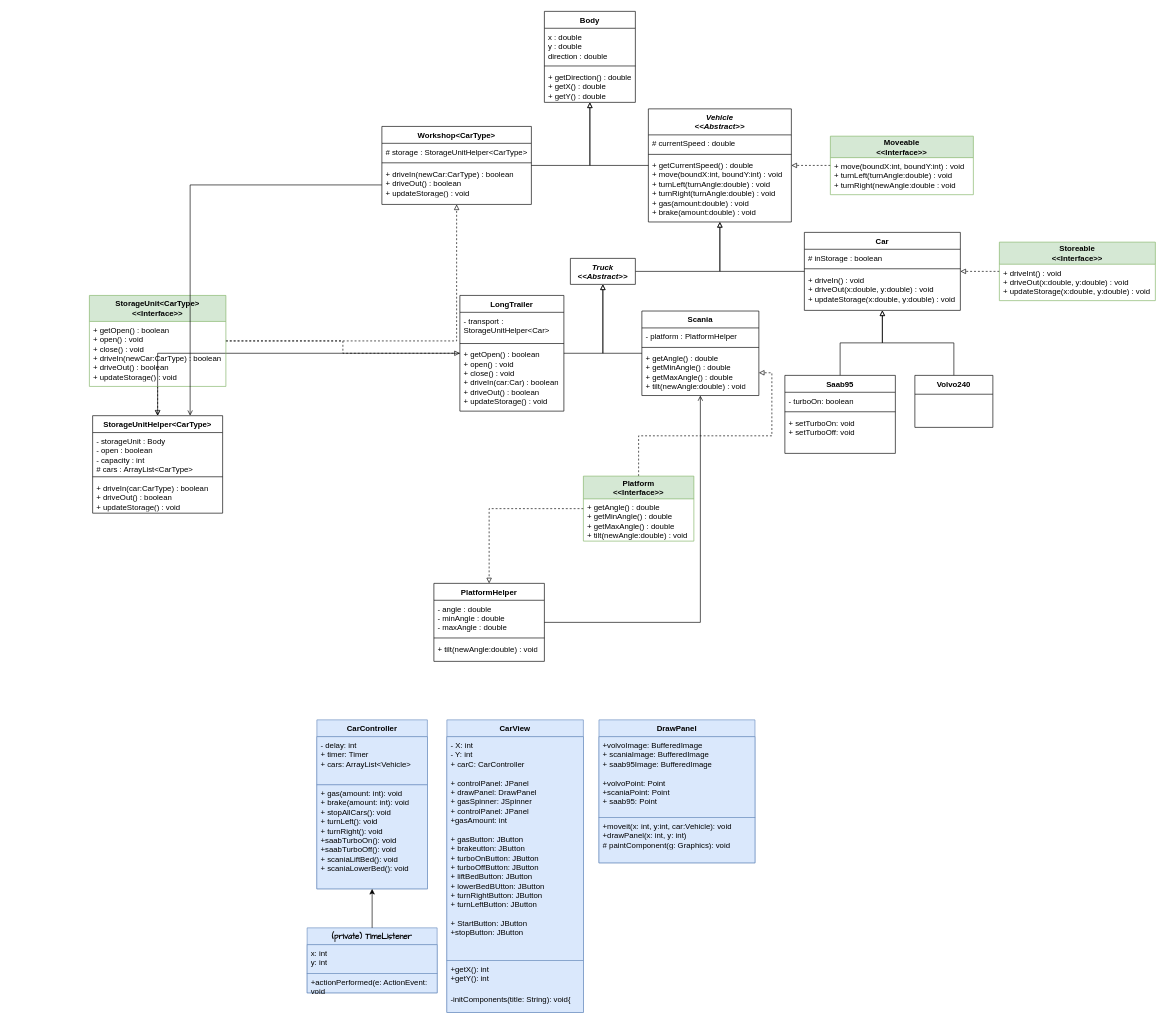
ErikFogelstrand/lab1-riktig keeps this draw.io diagram as Labb3pre.drawio. Above is the earlier version. Source tidied: cells renumbered, new cells numbered last; positions are measured from the earlier drawing's top-left corner, leaving out a move shared by most shapes. Both pictures are drawn from the tidied source at 65%, with x=0, y=0 at pixel (89, 11).
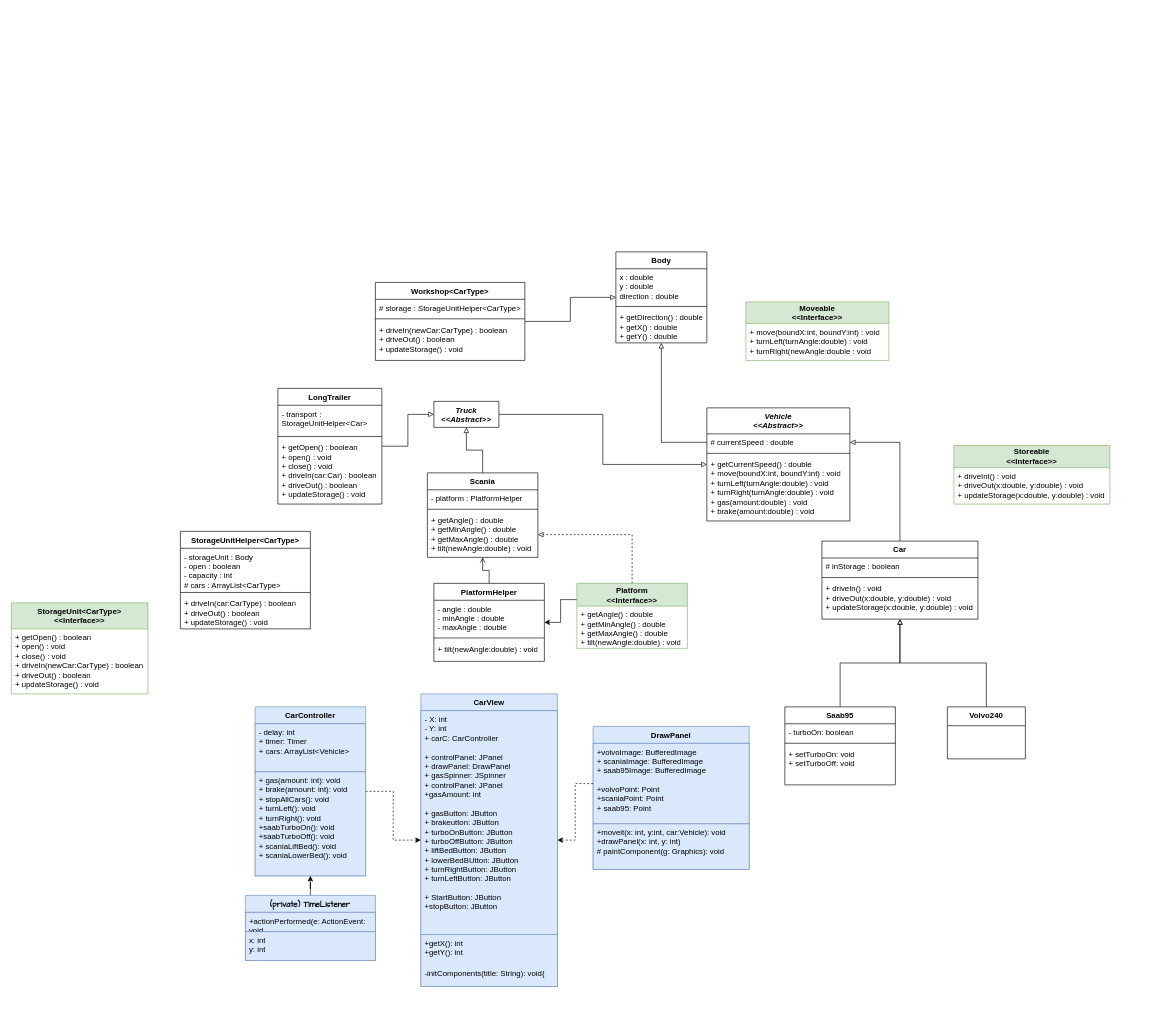
The same page after the edit.

Unchanged cells that the change refers to:
```xml
<mxCell id="14" value="&lt;div&gt;+volvoImage: BufferedImage&lt;/div&gt;&lt;div&gt;+ scaniaImage: BufferedImage&lt;br&gt;&lt;/div&gt;&lt;div&gt;+ saab95Image: BufferedImage&lt;/div&gt;&lt;div&gt;&lt;br&gt;&lt;/div&gt;&lt;div&gt;+volvoPoint: Point&lt;/div&gt;&lt;div&gt;+scaniaPoint: Point&lt;/div&gt;&lt;div&gt;+ saab95: Point&lt;/div&gt;" style="text;strokeColor=#6c8ebf;fillColor=#dae8fc;align=left;verticalAlign=top;spacingLeft=4;spacingRight=4;overflow=hidden;points=[[0,0.5],[1,0.5]];portConstraint=eastwest;whiteSpace=wrap;html=1;" parent="13" vertex="1">
  <mxGeometry y="26" width="240" height="124" as="geometry" />
</mxCell>
<mxCell id="19" value="PlatformHelper" style="swimlane;fontStyle=1;align=center;verticalAlign=top;horizontal=1;startSize=26;whiteSpace=wrap;html=1;" parent="1" vertex="1">
  <mxGeometry x="530" y="880" width="170" height="120" as="geometry" />
</mxCell>
<mxCell id="32" value="# currentSpeed : double" style="text;strokeColor=none;fillColor=none;align=left;verticalAlign=top;spacingLeft=4;spacingRight=4;overflow=hidden;points=[[0,0.5],[1,0.5]];portConstraint=eastwest;whiteSpace=wrap;html=1;" parent="31" vertex="1">
  <mxGeometry y="40" width="220" height="26" as="geometry" />
</mxCell>
<mxCell id="43" value="+ driveIn(newCar:CarType) : boolean&lt;br&gt;+ driveOut() : boolean&lt;br&gt;+ updateStorage() : void" style="text;strokeColor=none;fillColor=none;align=left;verticalAlign=top;spacingLeft=4;spacingRight=4;overflow=hidden;points=[[0,0.5],[1,0.5]];portConstraint=eastwest;whiteSpace=wrap;html=1;" parent="40" vertex="1">
  <mxGeometry y="60" width="230" height="60" as="geometry" />
</mxCell>
```

The edit, as a diff of the source:
```diff
@@
-    <mxCell id="2" style="edgeStyle=orthogonalEdgeStyle;rounded=0;jettySize=auto;html=1;endArrow=block;endFill=0;" parent="1" edge="1" source="3" target="31">
-      <mxGeometry relative="1" as="geometry" />
-    </mxCell>
+    <mxCell id="70" value="&lt;div&gt;Body&lt;/div&gt;" style="swimlane;fontStyle=1;align=center;verticalAlign=top;horizontal=1;startSize=26;whiteSpace=wrap;html=1;" parent="1" vertex="1">
+      <mxGeometry x="810" y="370" width="140" height="140" as="geometry" />
+    </mxCell>
+    <mxCell id="71" value="x : double&lt;br&gt;y : double&lt;br&gt;direction : double" style="text;strokeColor=none;fillColor=none;align=left;verticalAlign=top;spacingLeft=4;spacingRight=4;overflow=hidden;whiteSpace=wrap;html=1;" parent="70" vertex="1">
+      <mxGeometry y="26" width="140" height="54" as="geometry" />
+    </mxCell>
+    <mxCell id="72" style="line;strokeWidth=1;fillColor=none;align=left;verticalAlign=middle;spacingTop=-1;spacingLeft=3;spacingRight=3;labelPosition=right;strokeColor=inherit;" parent="70" vertex="1">
+      <mxGeometry y="80" width="140" height="8" as="geometry" />
+    </mxCell>
+    <mxCell id="73" value="+ getDirection() : double&lt;br&gt;+ getX() : double&lt;br&gt;+ getY() : double" style="text;strokeColor=none;fillColor=none;align=left;verticalAlign=top;spacingLeft=4;spacingRight=4;overflow=hidden;whiteSpace=wrap;html=1;" parent="70" vertex="1">
+      <mxGeometry y="88" width="140" height="52" as="geometry" />
+    </mxCell>
+    <mxCell id="79" style="edgeStyle=orthogonalEdgeStyle;rounded=0;jettySize=auto;html=1;endArrow=block;endFill=0;" parent="1" edge="1" source="3" target="32">
+      <mxGeometry relative="1" as="geometry" />
+    </mxCell>
     <mxCell id="3" value="Car" style="swimlane;fontStyle=1;align=center;verticalAlign=top;horizontal=1;startSize=26;whiteSpace=wrap;html=1;" parent="1" vertex="1">
-      <mxGeometry x="1100" y="340" width="240" height="120" as="geometry" />
+      <mxGeometry x="1127" y="815" width="240" height="120" as="geometry" />
     </mxCell>
@@
+    <mxCell id="80" style="edgeStyle=orthogonalEdgeStyle;rounded=0;jettySize=auto;html=1;dashed=1;" parent="1" edge="1" source="7" target="10">
+      <mxGeometry relative="1" as="geometry" />
+    </mxCell>
     <mxCell id="7" value="CarController" style="swimlane;fontStyle=1;align=center;verticalAlign=top;horizontal=1;startSize=26;whiteSpace=wrap;html=1;fillColor=#dae8fc;strokeColor=#6c8ebf;" parent="1" vertex="1">
-      <mxGeometry x="350" y="1090" width="170" height="260" as="geometry" />
+      <mxGeometry x="255" y="1070" width="170" height="260" as="geometry" />
     </mxCell>
@@
     <mxCell id="10" value="CarView" style="swimlane;fontStyle=1;align=center;verticalAlign=top;horizontal=1;startSize=26;whiteSpace=wrap;html=1;fillColor=#dae8fc;strokeColor=#6c8ebf;" parent="1" vertex="1">
-      <mxGeometry x="550" y="1090" width="210" height="450" as="geometry" />
+      <mxGeometry x="510" y="1050" width="210" height="450" as="geometry" />
     </mxCell>
@@
     <mxCell id="13" value="DrawPanel" style="swimlane;fontStyle=1;align=center;verticalAlign=top;horizontal=1;startSize=26;whiteSpace=wrap;html=1;fillColor=#dae8fc;strokeColor=#6c8ebf;" parent="1" vertex="1">
-      <mxGeometry x="784" y="1090" width="240" height="220" as="geometry" />
+      <mxGeometry x="775" y="1100" width="240" height="220" as="geometry" />
     </mxCell>
@@
     <mxCell id="17" value="&lt;div&gt;&lt;i&gt;Truck&lt;/i&gt;&lt;/div&gt;&lt;div&gt;&lt;i&gt;&amp;lt;&amp;lt;Abstract&amp;gt;&amp;gt;&lt;/i&gt;&lt;/div&gt;" style="swimlane;fontStyle=1;align=center;verticalAlign=top;horizontal=1;startSize=66;whiteSpace=wrap;html=1;" parent="1" vertex="1">
-      <mxGeometry x="740" y="380" width="100" height="40" as="geometry" />
+      <mxGeometry x="530" y="600" width="100" height="40" as="geometry" />
     </mxCell>
-    <mxCell id="18" style="edgeStyle=orthogonalEdgeStyle;rounded=0;jettySize=auto;html=1;endArrow=open;endFill=0;" parent="1" edge="1" source="19" target="75">
+    <mxCell id="18" style="edgeStyle=orthogonalEdgeStyle;rounded=0;jettySize=auto;html=1;exitX=0.5;exitY=0;exitDx=0;exitDy=0;endArrow=open;endFill=0;" parent="1" edge="1" source="19" target="75">
       <mxGeometry relative="1" as="geometry" />
     </mxCell>
@@
     <mxCell id="24" value="&lt;div&gt;Saab95&lt;/div&gt;" style="swimlane;fontStyle=1;align=center;verticalAlign=top;horizontal=1;startSize=26;whiteSpace=wrap;html=1;" parent="1" vertex="1">
-      <mxGeometry x="1070" y="560" width="170" height="120" as="geometry" />
+      <mxGeometry x="1070" y="1070" width="170" height="120" as="geometry" />
     </mxCell>
@@
     <mxCell id="29" value="&lt;div&gt;Volvo240&lt;/div&gt;" style="swimlane;fontStyle=1;align=center;verticalAlign=top;horizontal=1;startSize=29;whiteSpace=wrap;html=1;" parent="1" vertex="1">
-      <mxGeometry x="1270" y="560" width="120" height="80" as="geometry" />
+      <mxGeometry x="1320" y="1070" width="120" height="80" as="geometry" />
     </mxCell>
-    <mxCell id="30" style="edgeStyle=orthogonalEdgeStyle;rounded=0;jettySize=auto;html=1;endArrow=block;endFill=0;" parent="1" edge="1" source="31" target="70">
-      <mxGeometry relative="1" as="geometry" />
-    </mxCell>
+    <mxCell id="74" style="edgeStyle=orthogonalEdgeStyle;rounded=0;jettySize=auto;html=1;endArrow=block;endFill=0;" parent="1" edge="1" source="75" target="17">
+      <mxGeometry relative="1" as="geometry" />
+    </mxCell>
+    <mxCell id="75" value="Scania" style="swimlane;fontStyle=1;align=center;verticalAlign=top;horizontal=1;startSize=26;whiteSpace=wrap;html=1;" parent="1" vertex="1">
+      <mxGeometry x="520" y="710" width="170" height="130" as="geometry" />
+    </mxCell>
+    <mxCell id="76" value="- platform : PlatformHelper" style="text;strokeColor=none;fillColor=none;align=left;verticalAlign=top;spacingLeft=4;spacingRight=4;overflow=hidden;whiteSpace=wrap;html=1;" parent="75" vertex="1">
+      <mxGeometry y="26" width="170" height="26" as="geometry" />
+    </mxCell>
+    <mxCell id="77" style="line;strokeWidth=1;fillColor=none;align=left;verticalAlign=middle;spacingTop=-1;spacingLeft=3;spacingRight=3;labelPosition=right;strokeColor=inherit;" parent="75" vertex="1">
+      <mxGeometry y="52" width="170" height="8" as="geometry" />
+    </mxCell>
+    <mxCell id="78" value="+ getAngle() : double&lt;br&gt;+ getMinAngle() : double&lt;br&gt;+ getMaxAngle() : double&lt;br&gt;+ tilt(newAngle:double) : void" style="text;strokeColor=none;fillColor=none;align=left;verticalAlign=top;spacingLeft=4;spacingRight=4;overflow=hidden;points=[[0,0.5],[1,0.5]];portConstraint=eastwest;whiteSpace=wrap;html=1;" parent="75" vertex="1">
+      <mxGeometry y="60" width="170" height="70" as="geometry" />
+    </mxCell>
+    <mxCell id="81" style="edgeStyle=orthogonalEdgeStyle;rounded=0;jettySize=auto;html=1;endArrow=block;endFill=0;exitX=0;exitY=0.5;exitDx=0;exitDy=0;" parent="1" edge="1" source="32" target="70">
+      <mxGeometry relative="1" as="geometry" />
+    </mxCell>
     <mxCell id="31" value="&lt;i&gt;Vehicle&lt;br&gt;&amp;lt;&amp;lt;Abstract&amp;gt;&amp;gt;&lt;/i&gt;" style="swimlane;fontStyle=1;align=center;verticalAlign=top;horizontal=1;startSize=40;whiteSpace=wrap;html=1;" parent="1" vertex="1">
-      <mxGeometry x="860" y="150" width="220" height="174" as="geometry" />
+      <mxGeometry x="950" y="610" width="220" height="174" as="geometry" />
     </mxCell>
@@
     <mxCell id="35" value="StorageUnitHelper&amp;lt;CarType&amp;gt;" style="swimlane;fontStyle=1;align=center;verticalAlign=top;horizontal=1;startSize=26;whiteSpace=wrap;html=1;" parent="1" vertex="1">
-      <mxGeometry x="5" y="622" width="200" height="150" as="geometry" />
+      <mxGeometry x="140" y="800" width="200" height="150" as="geometry" />
     </mxCell>
@@
     <mxCell id="40" value="&lt;div&gt;Workshop&amp;lt;CarType&amp;gt;&lt;/div&gt;" style="swimlane;fontStyle=1;align=center;verticalAlign=top;horizontal=1;startSize=26;whiteSpace=wrap;html=1;" parent="1" vertex="1">
-      <mxGeometry x="450" y="177" width="230" height="120" as="geometry" />
+      <mxGeometry x="440" y="417" width="230" height="120" as="geometry" />
     </mxCell>
@@
-    <mxCell id="45" style="edgeStyle=orthogonalEdgeStyle;rounded=0;jettySize=auto;html=1;endArrow=open;endFill=0;" parent="1" edge="1" source="46" target="35">
-      <mxGeometry relative="1" as="geometry" />
-    </mxCell>
     <mxCell id="46" value="&lt;div&gt;LongTrailer&lt;/div&gt;" style="swimlane;fontStyle=1;align=center;verticalAlign=top;horizontal=1;startSize=26;whiteSpace=wrap;html=1;" parent="1" vertex="1">
-      <mxGeometry x="570" y="437" width="160" height="178" as="geometry" />
+      <mxGeometry x="290" y="580" width="160" height="178" as="geometry" />
     </mxCell>
@@
     <mxCell id="50" value="&lt;font face=&quot;Comic Sans MS&quot;&gt;(private) TimeListener &lt;/font&gt;" style="swimlane;fontStyle=1;align=center;verticalAlign=top;horizontal=1;startSize=26;whiteSpace=wrap;html=1;fillColor=#dae8fc;strokeColor=#6c8ebf;" parent="1" vertex="1">
-      <mxGeometry x="335" y="1410" width="200" height="100" as="geometry" />
+      <mxGeometry x="240" y="1360" width="200" height="100" as="geometry" />
     </mxCell>
+    <mxCell id="52" value="+actionPerformed(e: ActionEvent: void" style="text;strokeColor=#6c8ebf;fillColor=#dae8fc;align=left;verticalAlign=top;spacingLeft=4;spacingRight=4;overflow=hidden;whiteSpace=wrap;html=1;" parent="50" vertex="1">
+      <mxGeometry y="26" width="200" height="30" as="geometry" />
+    </mxCell>
     <mxCell id="51" value="&lt;div&gt;x: int&lt;/div&gt;&lt;div&gt;y: int&lt;br&gt;&lt;/div&gt;" style="text;strokeColor=#6c8ebf;fillColor=#dae8fc;align=left;verticalAlign=top;spacingLeft=4;spacingRight=4;overflow=hidden;whiteSpace=wrap;html=1;" parent="50" vertex="1">
-      <mxGeometry y="26" width="200" height="44" as="geometry" />
+      <mxGeometry y="56" width="200" height="44" as="geometry" />
     </mxCell>
-    <mxCell id="52" value="+actionPerformed(e: ActionEvent: void" style="text;strokeColor=#6c8ebf;fillColor=#dae8fc;align=left;verticalAlign=top;spacingLeft=4;spacingRight=4;overflow=hidden;whiteSpace=wrap;html=1;" parent="50" vertex="1">
-      <mxGeometry y="70" width="200" height="30" as="geometry" />
-    </mxCell>
+    <mxCell id="54" style="edgeStyle=orthogonalEdgeStyle;rounded=0;jettySize=auto;html=1;exitX=0;exitY=0.25;exitDx=0;exitDy=0;" parent="1" edge="1" source="55" target="19">
+      <mxGeometry relative="1" as="geometry" />
+    </mxCell>
@@
-    <mxCell id="54" style="edgeStyle=orthogonalEdgeStyle;rounded=0;jettySize=auto;html=1;endArrow=block;endFill=0;dashed=1;" parent="1" edge="1" source="55" target="19">
-      <mxGeometry relative="1" as="geometry" />
-    </mxCell>
     <mxCell id="55" value="&lt;b&gt;Platform&lt;br&gt;&amp;lt;&amp;lt;Interface&amp;gt;&amp;gt;&lt;br&gt;&lt;/b&gt;" style="swimlane;fontStyle=0;horizontal=1;startSize=35;fillColor=#d5e8d4;whiteSpace=wrap;html=1;strokeColor=#82b366;" parent="1" vertex="1">
-      <mxGeometry x="760" y="715" width="170" height="100" as="geometry" />
+      <mxGeometry x="750" y="880" width="170" height="100" as="geometry" />
     </mxCell>
@@
-    <mxCell id="57" style="edgeStyle=orthogonalEdgeStyle;rounded=0;jettySize=auto;html=1;endArrow=block;endFill=0;dashed=1;" parent="1" edge="1" source="58" target="31">
-      <mxGeometry relative="1" as="geometry" />
-    </mxCell>
     <mxCell id="58" value="&lt;b&gt;Moveable&lt;br&gt;&amp;lt;&amp;lt;Interface&amp;gt;&amp;gt;&lt;br&gt;&lt;/b&gt;" style="swimlane;fontStyle=0;horizontal=1;startSize=33;fillColor=#d5e8d4;whiteSpace=wrap;html=1;strokeColor=#82b366;" parent="1" vertex="1">
-      <mxGeometry x="1140" y="192" width="220" height="90" as="geometry" />
+      <mxGeometry x="1010" y="447" width="220" height="90" as="geometry" />
     </mxCell>
@@
-    <mxCell id="60" style="edgeStyle=orthogonalEdgeStyle;rounded=0;jettySize=auto;html=1;endArrow=block;endFill=0;dashed=1;" parent="1" edge="1" source="61" target="3">
-      <mxGeometry relative="1" as="geometry" />
-    </mxCell>
     <mxCell id="61" value="&lt;b&gt;Storeable&lt;br&gt;&amp;lt;&amp;lt;Interface&amp;gt;&amp;gt;&lt;br&gt;&lt;/b&gt;" style="swimlane;fontStyle=0;horizontal=1;startSize=34;fillColor=#d5e8d4;whiteSpace=wrap;html=1;strokeColor=#82b366;" parent="1" vertex="1">
-      <mxGeometry x="1400" y="355" width="240" height="90" as="geometry" />
+      <mxGeometry x="1330" y="668" width="240" height="90" as="geometry" />
     </mxCell>
@@
-    <mxCell id="63" style="edgeStyle=orthogonalEdgeStyle;rounded=0;jettySize=auto;html=1;endArrow=block;endFill=0;dashed=1;" parent="1" edge="1" source="66" target="35">
-      <mxGeometry relative="1" as="geometry" />
-    </mxCell>
-    <mxCell id="64" style="edgeStyle=orthogonalEdgeStyle;rounded=0;jettySize=auto;html=1;endArrow=block;endFill=0;dashed=1;" parent="1" edge="1" source="66" target="46">
-      <mxGeometry relative="1" as="geometry" />
-    </mxCell>
-    <mxCell id="65" style="edgeStyle=orthogonalEdgeStyle;rounded=0;jettySize=auto;html=1;endArrow=block;endFill=0;dashed=1;" parent="1" edge="1" source="66" target="40">
-      <mxGeometry relative="1" as="geometry" />
-    </mxCell>
     <mxCell id="66" value="&lt;b&gt;StorageUnit&amp;lt;CarType&amp;gt;&lt;br&gt;&amp;lt;&amp;lt;Interface&amp;gt;&amp;gt;&lt;br&gt;&lt;/b&gt;" style="swimlane;fontStyle=0;horizontal=1;startSize=40;fillColor=#d5e8d4;whiteSpace=wrap;html=1;strokeColor=#82b366;" parent="1" vertex="1">
-      <mxGeometry y="437" width="210" height="140" as="geometry" />
+      <mxGeometry x="-120" y="910" width="210" height="140" as="geometry" />
     </mxCell>
@@
-    <mxCell id="69" style="edgeStyle=orthogonalEdgeStyle;rounded=0;jettySize=auto;html=1;exitX=0;exitY=0.5;exitDx=0;exitDy=0;endArrow=open;endFill=0;entryX=0.75;entryY=0;entryDx=0;entryDy=0;" parent="1" edge="1" source="43" target="35">
-      <mxGeometry relative="1" as="geometry" />
-    </mxCell>
-    <mxCell id="70" value="&lt;div&gt;Body&lt;/div&gt;" style="swimlane;fontStyle=1;align=center;verticalAlign=top;horizontal=1;startSize=26;whiteSpace=wrap;html=1;" parent="1" vertex="1">
-      <mxGeometry x="700" width="140" height="140" as="geometry" />
-    </mxCell>
-    <mxCell id="71" value="x : double&lt;br&gt;y : double&lt;br&gt;direction : double" style="text;strokeColor=none;fillColor=none;align=left;verticalAlign=top;spacingLeft=4;spacingRight=4;overflow=hidden;whiteSpace=wrap;html=1;" parent="70" vertex="1">
-      <mxGeometry y="26" width="140" height="54" as="geometry" />
-    </mxCell>
-    <mxCell id="72" style="line;strokeWidth=1;fillColor=none;align=left;verticalAlign=middle;spacingTop=-1;spacingLeft=3;spacingRight=3;labelPosition=right;strokeColor=inherit;" parent="70" vertex="1">
-      <mxGeometry y="80" width="140" height="8" as="geometry" />
-    </mxCell>
-    <mxCell id="73" value="+ getDirection() : double&lt;br&gt;+ getX() : double&lt;br&gt;+ getY() : double" style="text;strokeColor=none;fillColor=none;align=left;verticalAlign=top;spacingLeft=4;spacingRight=4;overflow=hidden;whiteSpace=wrap;html=1;" parent="70" vertex="1">
-      <mxGeometry y="88" width="140" height="52" as="geometry" />
-    </mxCell>
-    <mxCell id="74" style="edgeStyle=orthogonalEdgeStyle;rounded=0;jettySize=auto;html=1;endArrow=block;endFill=0;" parent="1" edge="1" source="75" target="17">
-      <mxGeometry relative="1" as="geometry" />
-    </mxCell>
-    <mxCell id="75" value="Scania" style="swimlane;fontStyle=1;align=center;verticalAlign=top;horizontal=1;startSize=26;whiteSpace=wrap;html=1;" parent="1" vertex="1">
-      <mxGeometry x="850" y="461" width="180" height="130" as="geometry" />
-    </mxCell>
-    <mxCell id="76" value="- platform : PlatformHelper" style="text;strokeColor=none;fillColor=none;align=left;verticalAlign=top;spacingLeft=4;spacingRight=4;overflow=hidden;whiteSpace=wrap;html=1;" parent="75" vertex="1">
-      <mxGeometry y="26" width="180" height="26" as="geometry" />
-    </mxCell>
-    <mxCell id="77" style="line;strokeWidth=1;fillColor=none;align=left;verticalAlign=middle;spacingTop=-1;spacingLeft=3;spacingRight=3;labelPosition=right;strokeColor=inherit;" parent="75" vertex="1">
-      <mxGeometry y="52" width="180" height="8" as="geometry" />
-    </mxCell>
-    <mxCell id="78" value="+ getAngle() : double&lt;br&gt;+ getMinAngle() : double&lt;br&gt;+ getMaxAngle() : double&lt;br&gt;+ tilt(newAngle:double) : void" style="text;strokeColor=none;fillColor=none;align=left;verticalAlign=top;spacingLeft=4;spacingRight=4;overflow=hidden;points=[[0,0.5],[1,0.5]];portConstraint=eastwest;whiteSpace=wrap;html=1;" parent="75" vertex="1">
-      <mxGeometry y="60" width="180" height="70" as="geometry" />
-    </mxCell>
+    <mxCell id="82" style="edgeStyle=orthogonalEdgeStyle;rounded=0;jettySize=auto;html=1;dashed=1;" parent="1" edge="1" source="14" target="10">
+      <mxGeometry relative="1" as="geometry" />
+    </mxCell>
```
